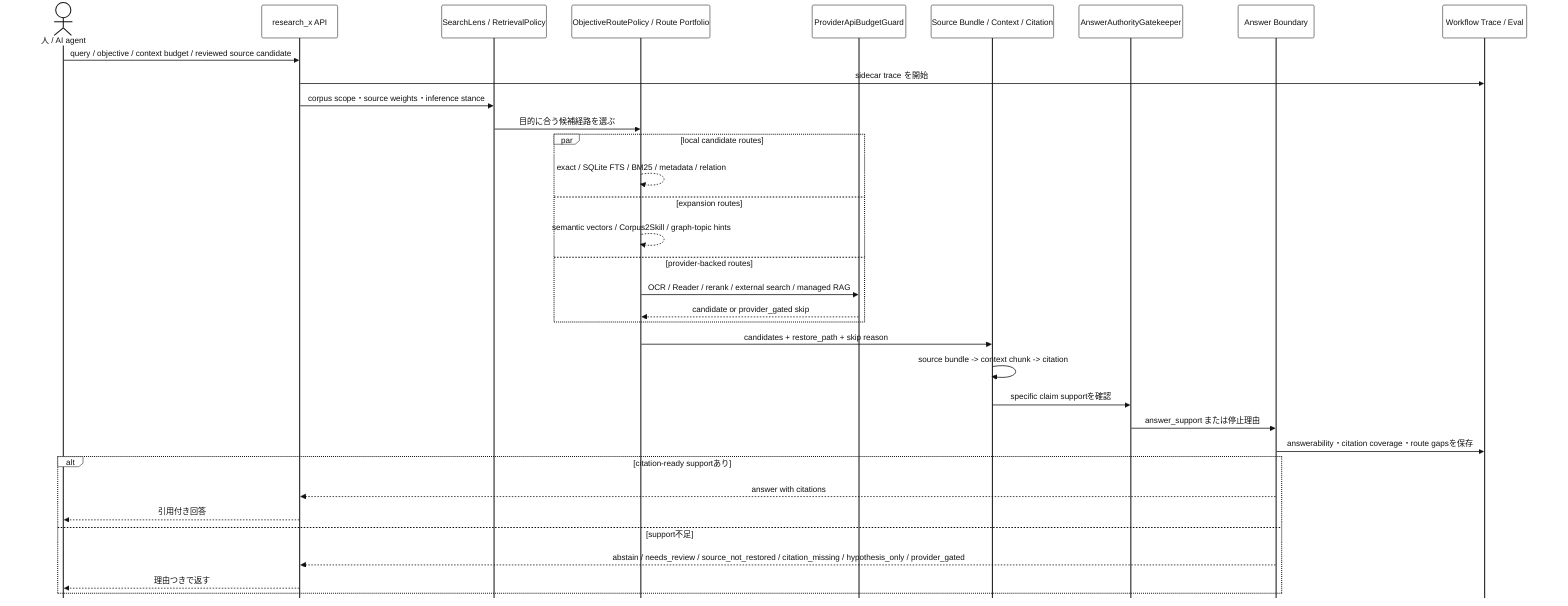
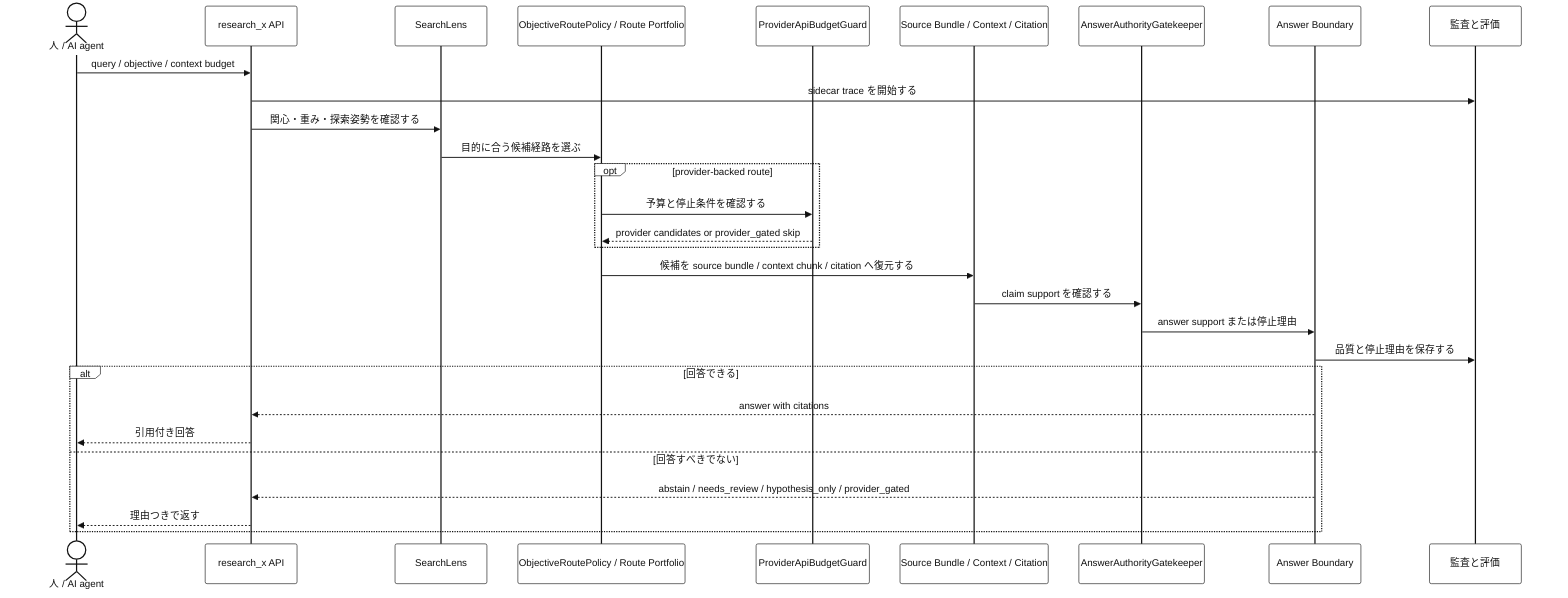
- %%{init: {"theme":"base","sequence":{"mirrorActors":false},"themeVariables":{"background":"#ffffff","primaryColor":"#ffffff","primaryBorderColor":"#111111","primaryTextColor":"#111111","secondaryColor":"#ffffff","secondaryBorderColor":"#111111","secondaryTextColor":"#111111","tertiaryColor":"#ffffff","tertiaryBorderColor":"#111111","tertiaryTextColor":"#111111","lineColor":"#111111","textColor":"#111111","mainBkg":"#ffffff","secondBkg":"#ffffff","actorBkg":"#ffffff","actorBorder":"#111111","actorTextColor":"#111111","activationBkgColor":"#ffffff","activationBorderColor":"#111111","noteBkgColor":"#ffffff","noteBorderColor":"#111111","labelBoxBkgColor":"#ffffff","labelBoxBorderColor":"#111111","signalColor":"#111111","signalTextColor":"#111111","loopTextColor":"#111111"}}}%%
+ %%{init: {"theme":"base","themeVariables":{"background":"#ffffff","primaryColor":"#ffffff","primaryBorderColor":"#111111","primaryTextColor":"#111111","secondaryColor":"#ffffff","secondaryBorderColor":"#111111","secondaryTextColor":"#111111","tertiaryColor":"#ffffff","tertiaryBorderColor":"#111111","tertiaryTextColor":"#111111","lineColor":"#111111","textColor":"#111111","mainBkg":"#ffffff","secondBkg":"#ffffff","actorBkg":"#ffffff","actorBorder":"#111111","actorTextColor":"#111111","activationBkgColor":"#ffffff","activationBorderColor":"#111111","noteBkgColor":"#ffffff","noteBorderColor":"#111111","labelBoxBkgColor":"#ffffff","labelBoxBorderColor":"#111111","signalColor":"#111111","signalTextColor":"#111111","loopTextColor":"#111111"}}}%%
sequenceDiagram
-   %% 完成形の1回の memory query シーケンス図: Mermaid UML sequenceDiagramで引用付き回答または棄権までを見る
+   %% 完成形の1回の memory query シーケンス図: 経路選択から引用付き回答または棄権までを見る

  actor User as 人 / AI agent
  participant RX as research_x API
-   participant Lens as SearchLens / RetrievalPolicy
+   participant Lens as SearchLens
  participant Route as ObjectiveRoutePolicy / Route Portfolio
  participant Guard as ProviderApiBudgetGuard
  participant Evidence as Source Bundle / Context / Citation
  participant Authority as AnswerAuthorityGatekeeper
  participant Boundary as Answer Boundary
-   participant Trace as Workflow Trace / Eval
+   participant Trace as 監査と評価

-   User->>RX: query / objective / context budget / reviewed source candidate
-   RX->>Trace: sidecar trace を開始
-   RX->>Lens: corpus scope・source weights・inference stance
+   User->>RX: query / objective / context budget
+   RX->>Trace: sidecar trace を開始する
+   RX->>Lens: 関心・重み・探索姿勢を確認する
  Lens->>Route: 目的に合う候補経路を選ぶ

-   par local candidate routes
-     Route-->>Route: exact / SQLite FTS / BM25 / metadata / relation
-   and expansion routes
-     Route-->>Route: semantic vectors / Corpus2Skill / graph-topic hints
-   and provider-backed routes
-     Route->>Guard: OCR / Reader / rerank / external search / managed RAG
-     Guard-->>Route: candidate or provider_gated skip
+   opt provider-backed route
+     Route->>Guard: 予算と停止条件を確認する
+     Guard-->>Route: provider candidates or provider_gated skip
  end

-   Route->>Evidence: candidates + restore_path + skip reason
-   Evidence->>Evidence: source bundle -> context chunk -> citation
-   Evidence->>Authority: specific claim supportを確認
-   Authority->>Boundary: answer_support または停止理由
-   Boundary->>Trace: answerability・citation coverage・route gapsを保存
+   Route->>Evidence: 候補を source bundle / context chunk / citation へ復元する
+   Evidence->>Authority: claim support を確認する
+   Authority->>Boundary: answer support または停止理由
+   Boundary->>Trace: 品質と停止理由を保存する

-   alt citation-ready supportあり
+   alt 回答できる
    Boundary-->>RX: answer with citations
    RX-->>User: 引用付き回答
-   else support不足
-     Boundary-->>RX: abstain / needs_review / source_not_restored / citation_missing / hypothesis_only / provider_gated
+   else 回答すべきでない
+     Boundary-->>RX: abstain / needs_review / hypothesis_only / provider_gated
    RX-->>User: 理由つきで返す
  end
